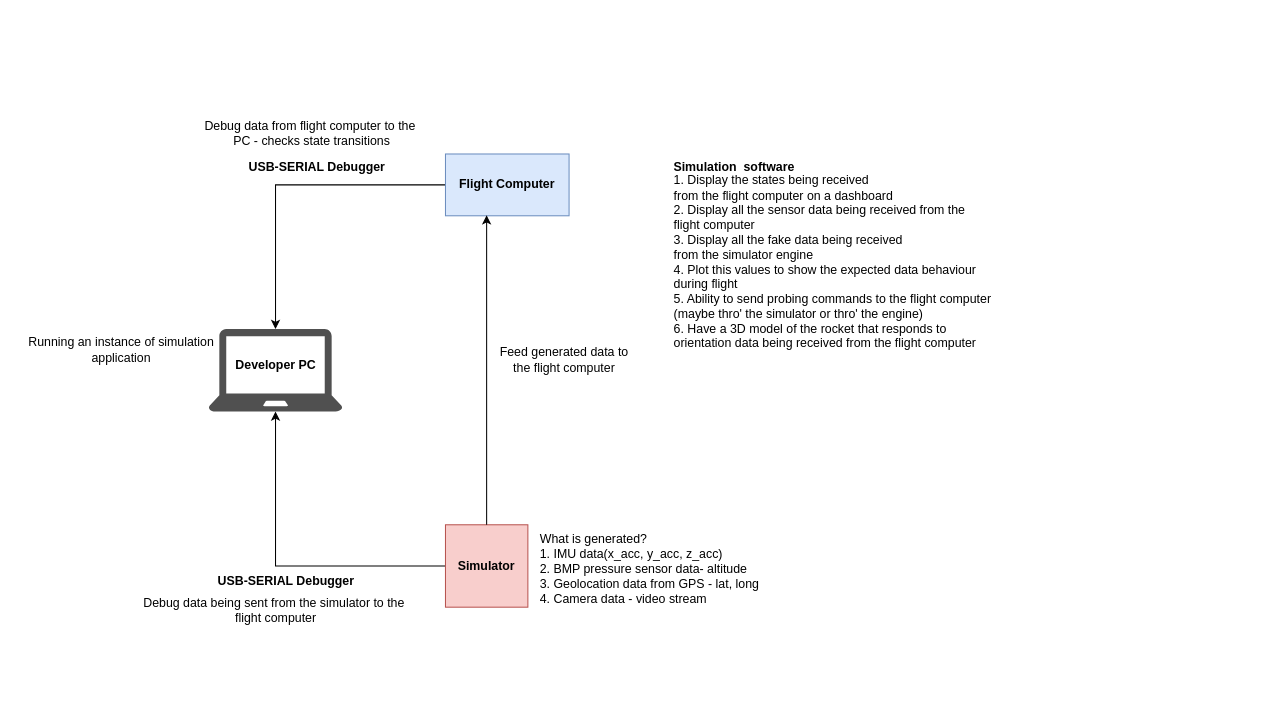
This is project-documentation/HIL-engine-block-diagram.drawio from bytecod3/Nakuja-Flight-Computer-Simulation-Engine, a draw.io file, before an edit. Source tidied: cells renumbered, new cells numbered last; positions are measured from the earlier drawing's top-left corner, leaving out a move shared by most shapes. Both pictures are drawn from the tidied source at 103%, with x=0, y=0 at pixel (18, 112).
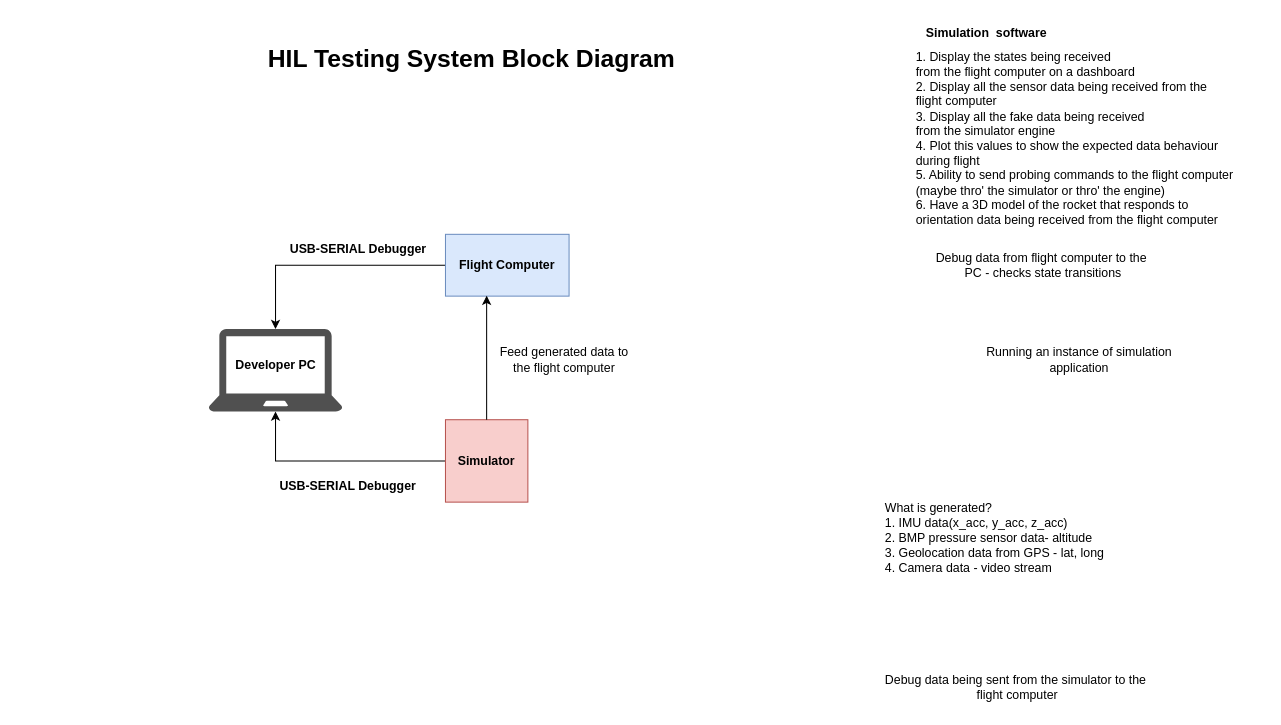
The same diagram, later.

Change to the diagram source:
```diff
@@
 <mxGraphModel>
   <root>
     <mxCell id="0" />
     <mxCell id="1" parent="0" />
     <mxCell id="2" style="sketch=0;shadow=0;dashed=0;html=1;strokeColor=none;fillColor=#505050;labelPosition=center;verticalLabelPosition=bottom;verticalAlign=top;outlineConnect=0;align=center;shape=mxgraph.office.devices.laptop;" parent="1" vertex="1">
       <mxGeometry x="185" y="210" width="130" height="80" as="geometry" />
     </mxCell>
     <mxCell id="3" value="&lt;b&gt;Developer PC&lt;/b&gt;" style="text;html=1;align=center;verticalAlign=middle;strokeColor=none;fillColor=none;" parent="1" vertex="1">
       <mxGeometry x="200" y="230" width="100" height="30" as="geometry" />
     </mxCell>
     <mxCell id="4" style="edgeStyle=orthogonalEdgeStyle;rounded=0;jettySize=auto;html=1;" parent="1" edge="1" source="5" target="2">
       <mxGeometry relative="1" as="geometry" />
     </mxCell>
     <mxCell id="5" value="&lt;b&gt;Simulator&lt;/b&gt;" style="whiteSpace=wrap;html=1;fillColor=#f8cecc;strokeColor=#b85450;" parent="1" vertex="1">
-      <mxGeometry x="415" y="400" width="80" height="80" as="geometry" />
+      <mxGeometry x="415" y="298" width="80" height="80" as="geometry" />
     </mxCell>
     <mxCell id="6" style="edgeStyle=orthogonalEdgeStyle;rounded=0;jettySize=auto;html=1;" parent="1" edge="1" source="7" target="2">
       <mxGeometry relative="1" as="geometry" />
     </mxCell>
     <mxCell id="7" value="&lt;b&gt;Flight Computer&lt;/b&gt;" style="whiteSpace=wrap;html=1;fillColor=#dae8fc;strokeColor=#6c8ebf;" parent="1" vertex="1">
-      <mxGeometry x="415" y="40" width="120" height="60" as="geometry" />
+      <mxGeometry x="415" y="118" width="120" height="60" as="geometry" />
     </mxCell>
     <mxCell id="8" style="edgeStyle=orthogonalEdgeStyle;rounded=0;jettySize=auto;html=1;entryX=0.333;entryY=0.992;entryDx=0;entryDy=0;entryPerimeter=0;" parent="1" edge="1" source="5" target="7">
       <mxGeometry relative="1" as="geometry" />
     </mxCell>
     <mxCell id="9" value="Feed generated data to&lt;br&gt;the flight computer" style="text;html=1;align=center;verticalAlign=middle;strokeColor=none;fillColor=none;" parent="1" vertex="1">
       <mxGeometry x="455" y="220" width="150" height="40" as="geometry" />
     </mxCell>
     <mxCell id="10" value="&lt;b&gt;USB-SERIAL Debugger&lt;/b&gt;" style="text;html=1;align=center;verticalAlign=middle;strokeColor=none;fillColor=none;" parent="1" vertex="1">
-      <mxGeometry x="180" y="440" width="160" height="30" as="geometry" />
+      <mxGeometry x="240" y="348" width="160" height="30" as="geometry" />
     </mxCell>
     <mxCell id="11" value="&lt;b&gt;USB-SERIAL Debugger&lt;/b&gt;" style="text;html=1;align=center;verticalAlign=middle;strokeColor=none;fillColor=none;" parent="1" vertex="1">
-      <mxGeometry x="210" y="38" width="160" height="30" as="geometry" />
+      <mxGeometry x="250" y="118" width="160" height="30" as="geometry" />
     </mxCell>
     <mxCell id="12" value="Debug data being sent from the simulator to the&amp;nbsp;&lt;br&gt;flight computer" style="text;html=1;align=center;verticalAlign=middle;strokeColor=none;fillColor=none;" parent="1" vertex="1">
-      <mxGeometry x="110" y="463" width="280" height="40" as="geometry" />
+      <mxGeometry x="830" y="538" width="280" height="40" as="geometry" />
     </mxCell>
     <mxCell id="13" value="Debug data from flight computer to the&amp;nbsp;&lt;br&gt;PC - checks state transitions" style="text;html=1;align=center;verticalAlign=middle;strokeColor=none;fillColor=none;" parent="1" vertex="1">
-      <mxGeometry x="170" width="230" height="40" as="geometry" />
+      <mxGeometry x="880" y="128" width="230" height="40" as="geometry" />
     </mxCell>
     <mxCell id="14" value="Running an instance of simulation&lt;br&gt;application" style="text;html=1;align=center;verticalAlign=middle;strokeColor=none;fillColor=none;" parent="1" vertex="1">
-      <mxGeometry y="210" width="200" height="40" as="geometry" />
+      <mxGeometry x="930" y="220" width="200" height="40" as="geometry" />
     </mxCell>
     <mxCell id="15" value="What is generated?&lt;br&gt;1. IMU data(x_acc, y_acc, z_acc)&lt;br&gt;2. BMP pressure sensor data- altitude&amp;nbsp;&lt;br&gt;3. Geolocation data from GPS - lat, long&lt;br&gt;4. Camera data - video stream&lt;br&gt;&lt;div&gt;&lt;br&gt;&lt;/div&gt;" style="text;html=1;align=left;verticalAlign=middle;strokeColor=none;fillColor=none;" parent="1" vertex="1">
-      <mxGeometry x="505" y="400" width="240" height="100" as="geometry" />
+      <mxGeometry x="840" y="370" width="240" height="100" as="geometry" />
     </mxCell>
+    <mxCell id="18" style="group;" parent="1" vertex="1">
+      <mxGeometry x="870" y="-92" width="340" height="212" as="geometry" />
+    </mxCell>
-    <mxCell id="16" value="&lt;b&gt;Simulation&amp;nbsp; software&lt;br&gt;&lt;/b&gt;" style="text;html=1;align=center;verticalAlign=middle;strokeColor=none;fillColor=none;" parent="1" vertex="1">
-      <mxGeometry x="625" y="38" width="140" height="30" as="geometry" />
+    <mxCell id="16" value="&lt;b&gt;Simulation&amp;nbsp; software&lt;br&gt;&lt;/b&gt;" style="text;html=1;align=center;verticalAlign=middle;strokeColor=none;fillColor=none;" parent="18" vertex="1">
+      <mxGeometry width="140" height="30" as="geometry" />
     </mxCell>
-    <mxCell id="17" value="1. Display the states being received&lt;br&gt;from the flight computer on a dashboard&lt;br&gt;2. Display all the sensor data being received from the&amp;nbsp;&lt;br&gt;flight computer&amp;nbsp;&lt;br&gt;3. Display all the fake data being received&amp;nbsp;&lt;br&gt;from the simulator engine&lt;br&gt;4. Plot this values to show the expected data behaviour&lt;br&gt;during flight&lt;br&gt;5. Ability to send probing commands to the flight computer&amp;nbsp;&lt;br&gt;(maybe thro' the simulator or thro' the engine)&lt;div&gt;6. Have a 3D model of the rocket that responds to&amp;nbsp;&lt;/div&gt;&lt;div&gt;orientation data being received from the flight computer&lt;/div&gt;" style="text;html=1;align=left;verticalAlign=middle;strokeColor=none;fillColor=none;" parent="1" vertex="1">
-      <mxGeometry x="635" y="50" width="340" height="190" as="geometry" />
+    <mxCell id="17" value="1. Display the states being received&lt;br&gt;from the flight computer on a dashboard&lt;br&gt;2. Display all the sensor data being received from the&amp;nbsp;&lt;br&gt;flight computer&amp;nbsp;&lt;br&gt;3. Display all the fake data being received&amp;nbsp;&lt;br&gt;from the simulator engine&lt;br&gt;4. Plot this values to show the expected data behaviour&lt;br&gt;during flight&lt;br&gt;5. Ability to send probing commands to the flight computer&amp;nbsp;&lt;br&gt;(maybe thro' the simulator or thro' the engine)&lt;div&gt;6. Have a 3D model of the rocket that responds to&amp;nbsp;&lt;/div&gt;&lt;div&gt;orientation data being received from the flight computer&lt;/div&gt;" style="text;html=1;align=left;verticalAlign=middle;strokeColor=none;fillColor=none;" parent="18" vertex="1">
+      <mxGeometry y="22" width="340" height="190" as="geometry" />
     </mxCell>
+    <mxCell id="19" value="HIL Testing System Block Diagram" style="text;strokeColor=none;fillColor=none;html=1;fontSize=24;fontStyle=1;verticalAlign=middle;align=center;" parent="1" vertex="1">
+      <mxGeometry x="390" y="-72" width="100" height="40" as="geometry" />
+    </mxCell>
   </root>
 </mxGraphModel>
```
